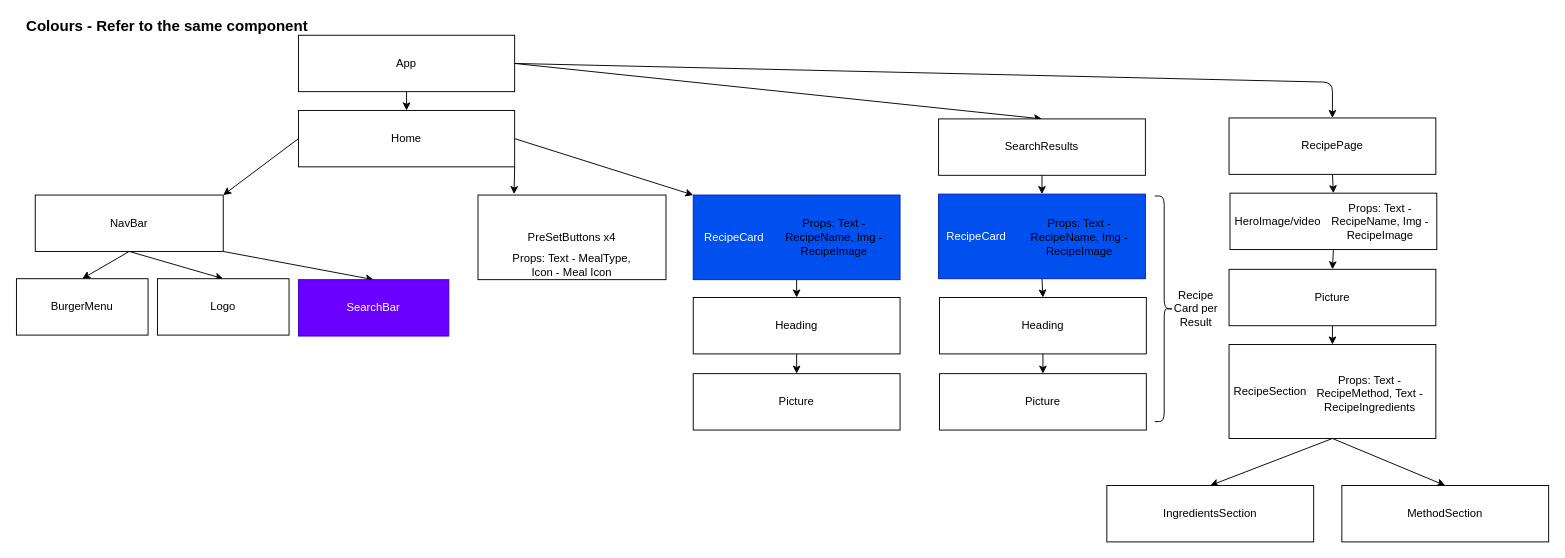
Earlier version of the draw.io diagram ComponentTree.drawio (SchoolOfCode/final-project-repo-cool-as-code). Source tidied: cells renumbered, new cells numbered last; positions are measured from the earlier drawing's top-left corner, leaving out a move shared by most shapes. Both pictures are drawn from the tidied source at 94%, with x=0, y=0 at pixel (16, 16).
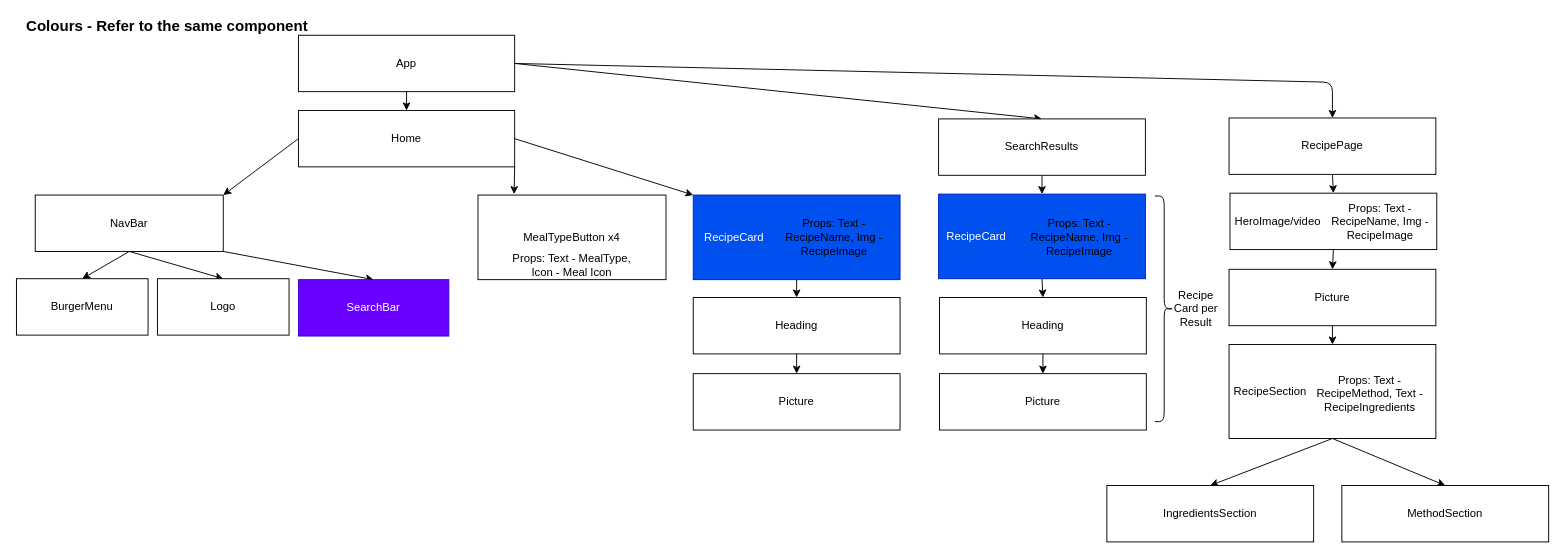
Above is the later version.

Commit message:
Updated component tree, name of a page

Diff of the diagram source:
```diff
@@
-    <mxCell id="11" value="PreSetButtons x4" style="rounded=0;whiteSpace=wrap;html=1;" parent="1" vertex="1">
+    <mxCell id="11" value="MealTypeButton x4" style="rounded=0;whiteSpace=wrap;html=1;" parent="1" vertex="1">
       <mxGeometry x="491" y="190" width="200" height="90" as="geometry" />
     </mxCell>
```
